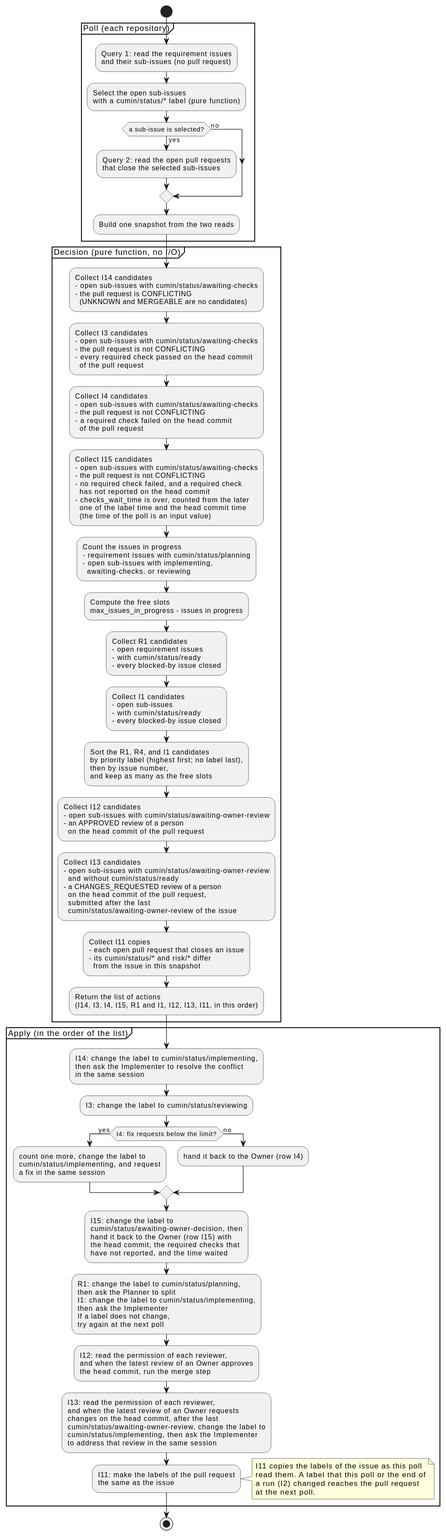
This is docs/ja/designs/poll-decide.svg from cloveclovedev/cumin-works, a PlantUML export, as it was before one commit.
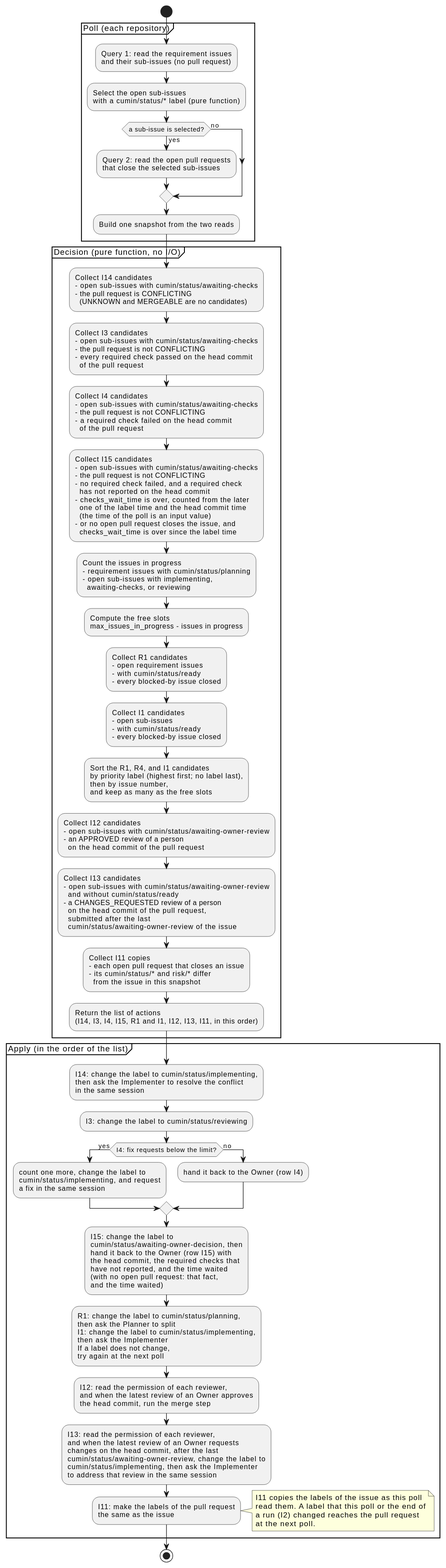
After the commit.

Commit message:
feat(workflow): stop an issue that waits for checks with no open pull request (#448)

The edit, as a diff of the source:
```diff
@@ -37,7 +37,9 @@
     has not reported on the head commit
   - checks_wait_time is over, counted from the later
     one of the label time and the head commit time
-    (the time of the poll is an input value);
+    (the time of the poll is an input value)
+  - or no open pull request closes the issue, and
+    checks_wait_time is over since the label time;
   :Count the issues in progress
   - requirement issues with cumin/status/planning
   - open sub-issues with implementing,
@@ -90,7 +92,9 @@
   cumin/status/awaiting-owner-decision, then
   hand it back to the Owner (row I15) with
   the head commit, the required checks that
-  have not reported, and the time waited;
+  have not reported, and the time waited
+  (with no open pull request: that fact,
+  and the time waited);
   :R1: change the label to cumin/status/planning,
   then ask the Planner to split
   I1: change the label to cumin/status/implementing,
```
